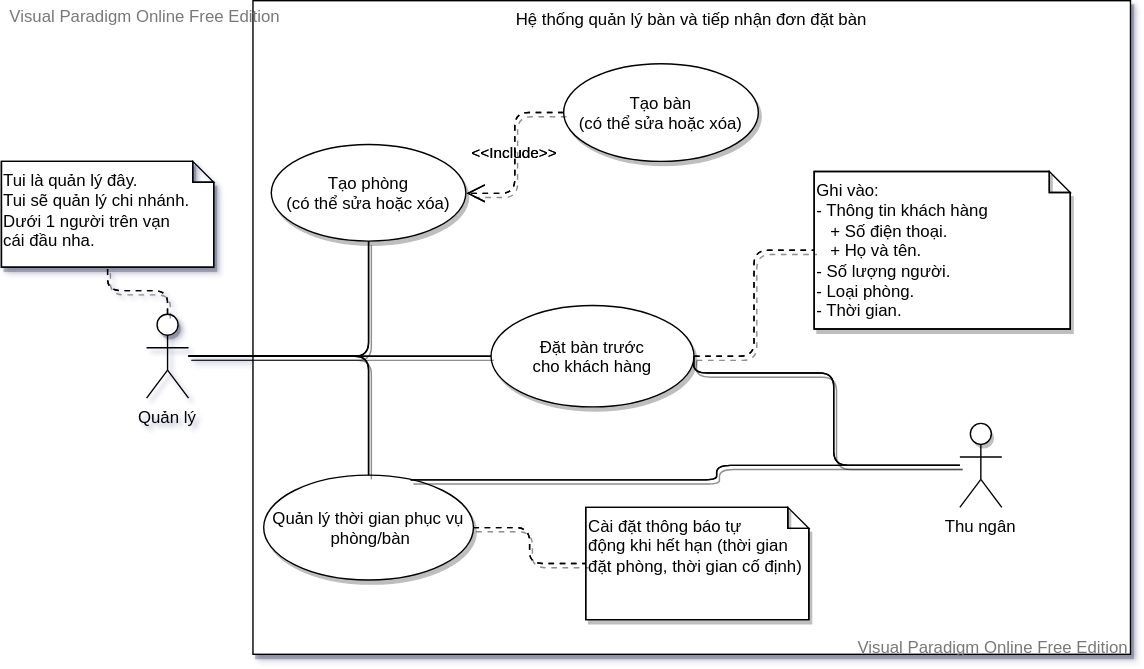
This is docs/usecase/room_table.svg from hphudev/coffeeshop-management, a draw.io export, as it was before one commit. Source tidied: cells renumbered, new cells last; positions are measured from the earlier drawing's top-left corner, leaving out a move shared by most shapes. Source of this version:
```xml
<mxGraphModel>
  <root>
    <mxCell id="0" />
    <mxCell id="1" parent="0" />
    <mxCell id="2" value="Quản lý" style="shape=gTj3Q;verticalLabelPosition=bottom;verticalAlign=top;rounded=0;shadow=1;sketch=0;" parent="1" vertex="1">
      <mxGeometry x="104" y="224" width="30" height="60" as="geometry" />
    </mxCell>
    <mxCell id="3" value="Hệ thống quản lý bàn và tiếp nhận đơn đặt bàn" style="shape=txEjNJ;verticalAlign=top;rounded=0;sketch=0;shadow=1;" parent="1" vertex="1">
      <mxGeometry x="180.1" width="627" height="467" as="geometry" />
    </mxCell>
    <mxCell id="4" value="Tạo phòng&#10;(có thể sửa hoặc xóa)" style="shape=bENGkEN;rounded=0;sketch=0;shadow=1;" parent="1" vertex="1">
      <mxGeometry x="193.2" y="102.7" width="139" height="69" as="geometry" />
    </mxCell>
    <mxCell id="5" value="Tạo bàn&#10;(có thể sửa hoặc xóa)" style="shape=bENGkEN;rounded=0;sketch=0;shadow=1;" parent="1" vertex="1">
      <mxGeometry x="402" y="45" width="139.1" height="69.8" as="geometry" />
    </mxCell>
    <mxCell id="6" style="shape=odTmWSN;entryX=1;entryY=0.5;entryDx=0;entryDy=0;edgeStyle=orthogonalEdgeStyle;shadow=1;" parent="1" edge="1" source="5" target="4">
      <mxGeometry relative="1" as="geometry" />
    </mxCell>
    <mxCell id="7" style="shape=gEE3Takja3d;edgeStyle=orthogonalEdgeStyle;shadow=1;" parent="1" edge="1" source="2" target="4">
      <mxGeometry relative="1" as="geometry" />
    </mxCell>
    <mxCell id="8" value="Đặt bàn trước &#10;cho khách hàng" style="shape=bENGkEN;rounded=0;sketch=0;shadow=1;" parent="1" vertex="1">
      <mxGeometry x="350.1" y="217.8" width="145" height="72.4" as="geometry" />
    </mxCell>
    <mxCell id="9" style="shape=gEE3Takja3d;edgeStyle=orthogonalEdgeStyle;shadow=1;" parent="1" edge="1" source="2" target="8">
      <mxGeometry relative="1" as="geometry" />
    </mxCell>
    <mxCell id="10" value="Ghi vào:&lt;br&gt;- Thông tin khách hàng&lt;br&gt;&amp;nbsp; &amp;nbsp;+ Số điện thoại.&lt;br&gt;&amp;nbsp; &amp;nbsp;+ Họ và tên.&lt;br&gt;- Số lượng người.&lt;br&gt;- Loại phòng.&lt;br&gt;- Thời gian." style="shape=K3jN;html=1;align=left;verticalAlign=top;rounded=0;sketch=0;fontStyle=0;shadow=1;" parent="1" vertex="1">
      <mxGeometry x="581" y="122" width="183" height="112.6" as="geometry" />
    </mxCell>
    <mxCell id="11" style="shape=gdT43Q;edgeStyle=orthogonalEdgeStyle;shadow=1;" parent="1" edge="1" source="8" target="10">
      <mxGeometry relative="1" as="geometry" />
    </mxCell>
    <mxCell id="12" value="Quản lý thời gian phục vụ&#10; phòng/bàn" style="shape=bENGkEN;rounded=0;sketch=0;shadow=1;" parent="1" vertex="1">
      <mxGeometry x="187.7" y="339" width="149.9" height="74.9" as="geometry" />
    </mxCell>
    <mxCell id="13" style="shape=gEE3Takja3d;edgeStyle=orthogonalEdgeStyle;shadow=1;" parent="1" edge="1" source="2" target="12">
      <mxGeometry relative="1" as="geometry" />
    </mxCell>
    <mxCell id="14" value="Cài đặt thông báo tự &lt;br&gt;động khi hết hạn (thời gian&lt;br&gt;đặt phòng, thời gian cố định)" style="shape=K3jN;html=1;align=left;verticalAlign=top;rounded=0;sketch=0;fontStyle=0;shadow=1;" parent="1" vertex="1">
      <mxGeometry x="417.8" y="362" width="159.4" height="80.2" as="geometry" />
    </mxCell>
    <mxCell id="15" style="shape=gdT43Q;edgeStyle=orthogonalEdgeStyle;shadow=1;" parent="1" edge="1" source="12" target="14">
      <mxGeometry relative="1" as="geometry" />
    </mxCell>
    <mxCell id="16" value="Thu ngân" style="shape=gTj3Q;verticalLabelPosition=bottom;verticalAlign=top;rounded=0;sketch=0;shadow=1;" parent="1" vertex="1">
      <mxGeometry x="685.1" y="302" width="30" height="60" as="geometry" />
    </mxCell>
    <mxCell id="17" style="shape=gEE3Takja3d;entryX=1;entryY=0.5;entryDx=0;entryDy=0;edgeStyle=orthogonalEdgeStyle;shadow=1;" parent="1" edge="1" source="16" target="8">
      <mxGeometry relative="1" as="geometry">
        <Array as="points">
          <mxPoint x="595" y="332" />
          <mxPoint x="595" y="266" />
          <mxPoint x="495" y="266" />
        </Array>
      </mxGeometry>
    </mxCell>
    <mxCell id="18" style="shape=gEE3Takja3d;entryX=0.7;entryY=0.046;entryDx=0;entryDy=0;entryPerimeter=0;edgeStyle=orthogonalEdgeStyle;shadow=1;" parent="1" edge="1" source="16" target="12">
      <mxGeometry relative="1" as="geometry" />
    </mxCell>
    <mxCell id="19" value="Tui là quản lý đây.&lt;br&gt;Tui sẽ quản lý chi nhánh.&lt;br&gt;Dưới 1 người trên vạn&lt;br&gt;cái đầu nha." style="shape=K3jN;html=1;align=left;verticalAlign=top;rounded=0;sketch=0;fontStyle=0;shadow=1;" parent="1" vertex="1">
      <mxGeometry x="0.3" y="114.8" width="151.7" height="75.6" as="geometry" />
    </mxCell>
    <mxCell id="20" style="shape=gdT43Q;edgeStyle=orthogonalEdgeStyle;shadow=1;" parent="1" edge="1" source="2" target="19">
      <mxGeometry relative="1" as="geometry" />
    </mxCell>
  </root>
</mxGraphModel>
```
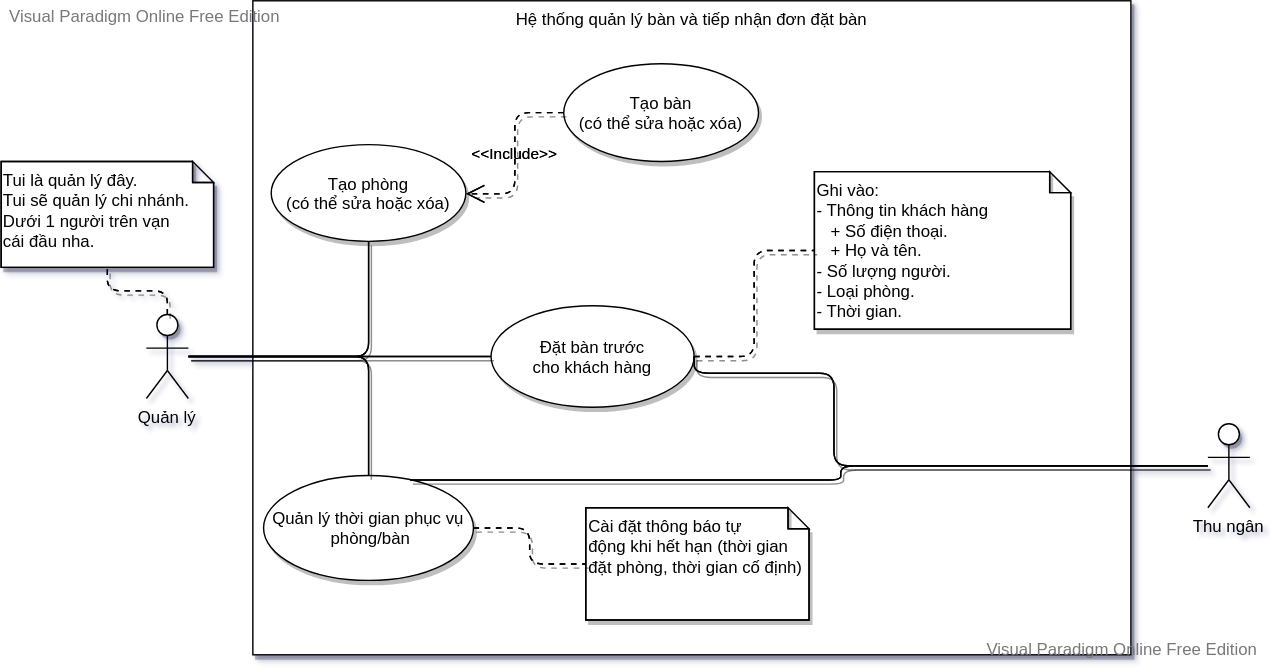
Above is the later version.

Commit message:
Cập nhật use case hệ thống quản lý nhân sự

What changed in the source:
```diff
@@ -2,52 +2,52 @@
   <root>
     <mxCell id="0" />
     <mxCell id="1" parent="0" />
-    <mxCell id="2" value="Quản lý" style="shape=gTj3Q;verticalLabelPosition=bottom;verticalAlign=top;rounded=0;shadow=1;sketch=0;" parent="1" vertex="1">
+    <mxCell id="2" value="Quản lý" style="shape=bSuD4;verticalLabelPosition=bottom;verticalAlign=top;rounded=0;shadow=1;sketch=0;" parent="1" vertex="1">
       <mxGeometry x="104" y="224" width="30" height="60" as="geometry" />
     </mxCell>
-    <mxCell id="3" value="Hệ thống quản lý bàn và tiếp nhận đơn đặt bàn" style="shape=txEjNJ;verticalAlign=top;rounded=0;sketch=0;shadow=1;" parent="1" vertex="1">
+    <mxCell id="3" value="Hệ thống quản lý bàn và tiếp nhận đơn đặt bàn" style="shape=8cjuN2;verticalAlign=top;rounded=0;sketch=0;shadow=1;" parent="1" vertex="1">
       <mxGeometry x="180.1" width="627" height="467" as="geometry" />
     </mxCell>
-    <mxCell id="4" value="Tạo phòng&#10;(có thể sửa hoặc xóa)" style="shape=bENGkEN;rounded=0;sketch=0;shadow=1;" parent="1" vertex="1">
+    <mxCell id="4" value="Tạo phòng&#10;(có thể sửa hoặc xóa)" style="shape=OjNPrjN;rounded=0;sketch=0;shadow=1;" parent="1" vertex="1">
       <mxGeometry x="193.2" y="102.7" width="139" height="69" as="geometry" />
     </mxCell>
-    <mxCell id="5" value="Tạo bàn&#10;(có thể sửa hoặc xóa)" style="shape=bENGkEN;rounded=0;sketch=0;shadow=1;" parent="1" vertex="1">
+    <mxCell id="5" value="Tạo bàn&#10;(có thể sửa hoặc xóa)" style="shape=OjNPrjN;rounded=0;sketch=0;shadow=1;" parent="1" vertex="1">
       <mxGeometry x="402" y="45" width="139.1" height="69.8" as="geometry" />
     </mxCell>
-    <mxCell id="6" style="shape=odTmWSN;entryX=1;entryY=0.5;entryDx=0;entryDy=0;edgeStyle=orthogonalEdgeStyle;shadow=1;" parent="1" edge="1" source="5" target="4">
+    <mxCell id="6" style="shape=0xSCVMN;entryX=1;entryY=0.5;entryDx=0;entryDy=0;edgeStyle=orthogonalEdgeStyle;shadow=1;" parent="1" edge="1" source="5" target="4">
       <mxGeometry relative="1" as="geometry" />
     </mxCell>
-    <mxCell id="7" style="shape=gEE3Takja3d;edgeStyle=orthogonalEdgeStyle;shadow=1;" parent="1" edge="1" source="2" target="4">
+    <mxCell id="7" style="shape=bjjDSEruEDx;edgeStyle=orthogonalEdgeStyle;shadow=1;" parent="1" edge="1" source="2" target="4">
       <mxGeometry relative="1" as="geometry" />
     </mxCell>
-    <mxCell id="8" value="Đặt bàn trước &#10;cho khách hàng" style="shape=bENGkEN;rounded=0;sketch=0;shadow=1;" parent="1" vertex="1">
+    <mxCell id="8" value="Đặt bàn trước &#10;cho khách hàng" style="shape=OjNPrjN;rounded=0;sketch=0;shadow=1;" parent="1" vertex="1">
       <mxGeometry x="350.1" y="217.8" width="145" height="72.4" as="geometry" />
     </mxCell>
-    <mxCell id="9" style="shape=gEE3Takja3d;edgeStyle=orthogonalEdgeStyle;shadow=1;" parent="1" edge="1" source="2" target="8">
+    <mxCell id="9" style="shape=bjjDSEruEDx;edgeStyle=orthogonalEdgeStyle;shadow=1;" parent="1" edge="1" source="2" target="8">
       <mxGeometry relative="1" as="geometry" />
     </mxCell>
-    <mxCell id="10" value="Ghi vào:&lt;br&gt;- Thông tin khách hàng&lt;br&gt;&amp;nbsp; &amp;nbsp;+ Số điện thoại.&lt;br&gt;&amp;nbsp; &amp;nbsp;+ Họ và tên.&lt;br&gt;- Số lượng người.&lt;br&gt;- Loại phòng.&lt;br&gt;- Thời gian." style="shape=K3jN;html=1;align=left;verticalAlign=top;rounded=0;sketch=0;fontStyle=0;shadow=1;" parent="1" vertex="1">
+    <mxCell id="10" value="Ghi vào:&lt;br&gt;- Thông tin khách hàng&lt;br&gt;&amp;nbsp; &amp;nbsp;+ Số điện thoại.&lt;br&gt;&amp;nbsp; &amp;nbsp;+ Họ và tên.&lt;br&gt;- Số lượng người.&lt;br&gt;- Loại phòng.&lt;br&gt;- Thời gian." style="shape=IDuN;html=1;align=left;verticalAlign=top;rounded=0;sketch=0;fontStyle=0;shadow=1;" parent="1" vertex="1">
       <mxGeometry x="581" y="122" width="183" height="112.6" as="geometry" />
     </mxCell>
-    <mxCell id="11" style="shape=gdT43Q;edgeStyle=orthogonalEdgeStyle;shadow=1;" parent="1" edge="1" source="8" target="10">
+    <mxCell id="11" style="shape=bxSdD4;edgeStyle=orthogonalEdgeStyle;shadow=1;" parent="1" edge="1" source="8" target="10">
       <mxGeometry relative="1" as="geometry" />
     </mxCell>
-    <mxCell id="12" value="Quản lý thời gian phục vụ&#10; phòng/bàn" style="shape=bENGkEN;rounded=0;sketch=0;shadow=1;" parent="1" vertex="1">
+    <mxCell id="12" value="Quản lý thời gian phục vụ&#10; phòng/bàn" style="shape=OjNPrjN;rounded=0;sketch=0;shadow=1;" parent="1" vertex="1">
       <mxGeometry x="187.7" y="339" width="149.9" height="74.9" as="geometry" />
     </mxCell>
-    <mxCell id="13" style="shape=gEE3Takja3d;edgeStyle=orthogonalEdgeStyle;shadow=1;" parent="1" edge="1" source="2" target="12">
+    <mxCell id="13" style="shape=bjjDSEruEDx;edgeStyle=orthogonalEdgeStyle;shadow=1;" parent="1" edge="1" source="2" target="12">
       <mxGeometry relative="1" as="geometry" />
     </mxCell>
-    <mxCell id="14" value="Cài đặt thông báo tự &lt;br&gt;động khi hết hạn (thời gian&lt;br&gt;đặt phòng, thời gian cố định)" style="shape=K3jN;html=1;align=left;verticalAlign=top;rounded=0;sketch=0;fontStyle=0;shadow=1;" parent="1" vertex="1">
+    <mxCell id="14" value="Cài đặt thông báo tự &lt;br&gt;động khi hết hạn (thời gian&lt;br&gt;đặt phòng, thời gian cố định)" style="shape=IDuN;html=1;align=left;verticalAlign=top;rounded=0;sketch=0;fontStyle=0;shadow=1;" parent="1" vertex="1">
       <mxGeometry x="417.8" y="362" width="159.4" height="80.2" as="geometry" />
     </mxCell>
-    <mxCell id="15" style="shape=gdT43Q;edgeStyle=orthogonalEdgeStyle;shadow=1;" parent="1" edge="1" source="12" target="14">
+    <mxCell id="15" style="shape=bxSdD4;edgeStyle=orthogonalEdgeStyle;shadow=1;" parent="1" edge="1" source="12" target="14">
       <mxGeometry relative="1" as="geometry" />
     </mxCell>
-    <mxCell id="16" value="Thu ngân" style="shape=gTj3Q;verticalLabelPosition=bottom;verticalAlign=top;rounded=0;sketch=0;shadow=1;" parent="1" vertex="1">
-      <mxGeometry x="685.1" y="302" width="30" height="60" as="geometry" />
+    <mxCell id="16" value="Thu ngân" style="shape=bSuD4;verticalLabelPosition=bottom;verticalAlign=top;rounded=0;sketch=0;shadow=1;" parent="1" vertex="1">
+      <mxGeometry x="862" y="302" width="30" height="60" as="geometry" />
     </mxCell>
-    <mxCell id="17" style="shape=gEE3Takja3d;entryX=1;entryY=0.5;entryDx=0;entryDy=0;edgeStyle=orthogonalEdgeStyle;shadow=1;" parent="1" edge="1" source="16" target="8">
+    <mxCell id="17" style="shape=bjjDSEruEDx;entryX=1;entryY=0.5;entryDx=0;entryDy=0;edgeStyle=orthogonalEdgeStyle;shadow=1;" parent="1" edge="1" source="16" target="8">
       <mxGeometry relative="1" as="geometry">
         <Array as="points">
           <mxPoint x="595" y="332" />
@@ -56,13 +56,13 @@
         </Array>
       </mxGeometry>
     </mxCell>
-    <mxCell id="18" style="shape=gEE3Takja3d;entryX=0.7;entryY=0.046;entryDx=0;entryDy=0;entryPerimeter=0;edgeStyle=orthogonalEdgeStyle;shadow=1;" parent="1" edge="1" source="16" target="12">
+    <mxCell id="18" style="shape=bjjDSEruEDx;entryX=0.7;entryY=0.046;entryDx=0;entryDy=0;entryPerimeter=0;edgeStyle=orthogonalEdgeStyle;shadow=1;" parent="1" edge="1" source="16" target="12">
       <mxGeometry relative="1" as="geometry" />
     </mxCell>
-    <mxCell id="19" value="Tui là quản lý đây.&lt;br&gt;Tui sẽ quản lý chi nhánh.&lt;br&gt;Dưới 1 người trên vạn&lt;br&gt;cái đầu nha." style="shape=K3jN;html=1;align=left;verticalAlign=top;rounded=0;sketch=0;fontStyle=0;shadow=1;" parent="1" vertex="1">
+    <mxCell id="19" value="Tui là quản lý đây.&lt;br&gt;Tui sẽ quản lý chi nhánh.&lt;br&gt;Dưới 1 người trên vạn&lt;br&gt;cái đầu nha." style="shape=IDuN;html=1;align=left;verticalAlign=top;rounded=0;sketch=0;fontStyle=0;shadow=1;" parent="1" vertex="1">
       <mxGeometry x="0.3" y="114.8" width="151.7" height="75.6" as="geometry" />
     </mxCell>
-    <mxCell id="20" style="shape=gdT43Q;edgeStyle=orthogonalEdgeStyle;shadow=1;" parent="1" edge="1" source="2" target="19">
+    <mxCell id="20" style="shape=bxSdD4;edgeStyle=orthogonalEdgeStyle;shadow=1;" parent="1" edge="1" source="2" target="19">
       <mxGeometry relative="1" as="geometry" />
     </mxCell>
   </root>
```
